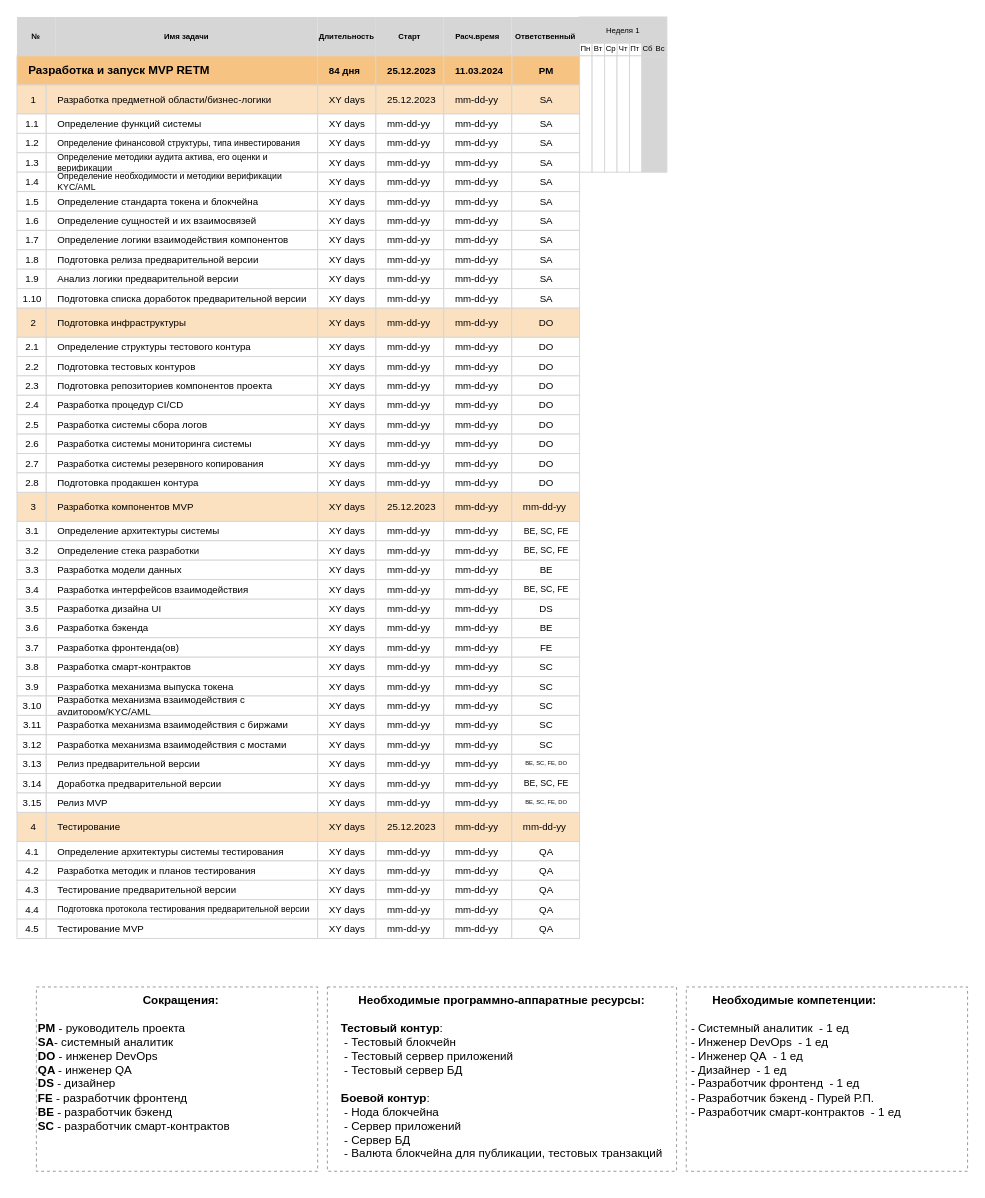
Before: RETM_Gantt.drawio in rpurei/RETM-Schemes, a draw.io diagram. Source tidied: cells renumbered, new cells numbered last; positions are measured from the earlier drawing's top-left corner, leaving out a move shared by most shapes. Both pictures are drawn from the tidied source at 97%, with x=0, y=0 at pixel (16, 16).
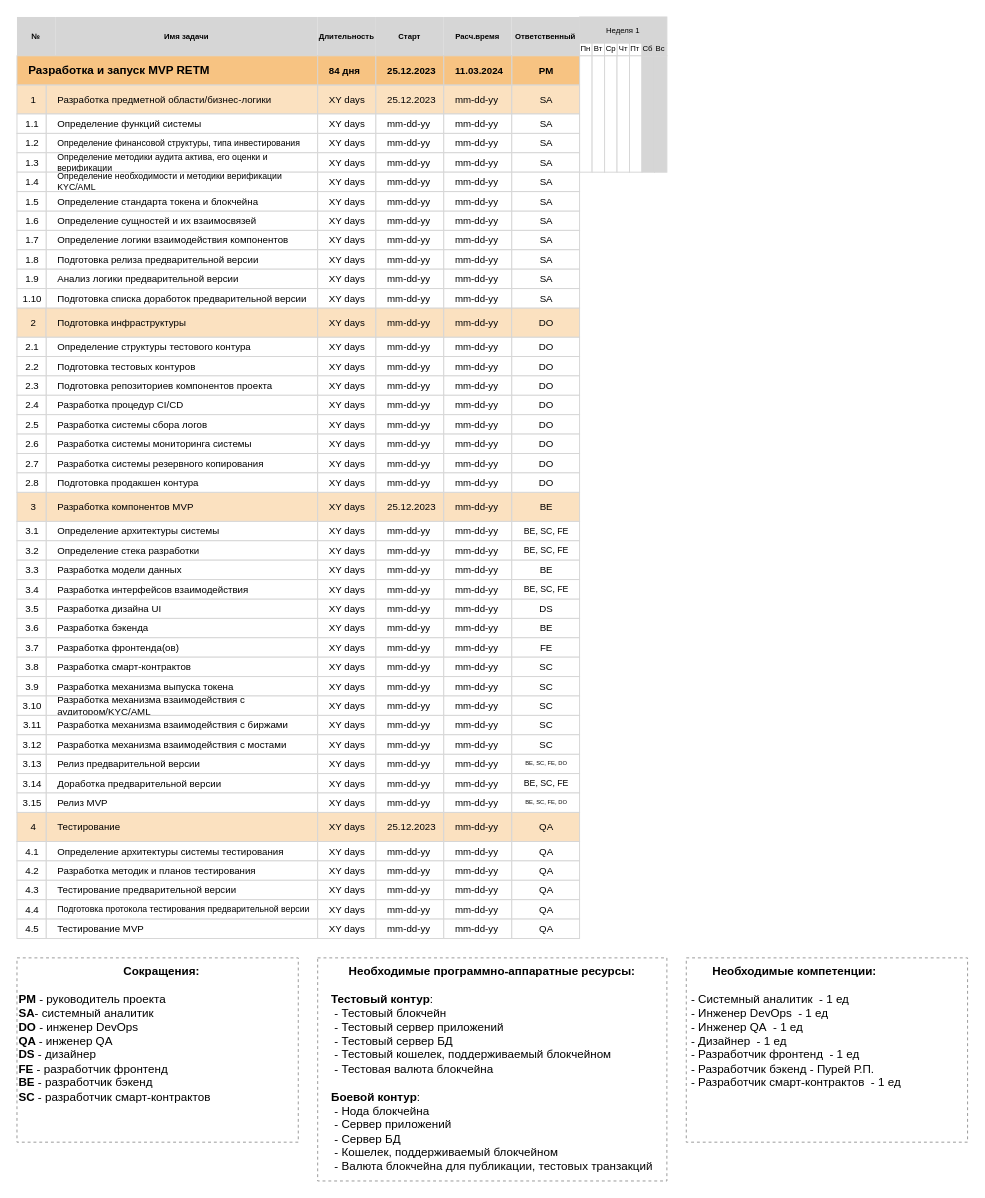
Above is the later version.

Unchanged cells that the change refers to:
```xml
<mxCell id="66" style="group;" parent="1" vertex="1">
  <mxGeometry y="490" width="580" height="30" as="geometry" />
</mxCell>
<mxCell id="104" style="group;" parent="1" vertex="1">
  <mxGeometry y="820" width="580" height="30" as="geometry" />
</mxCell>
```

What changed in the source:
```diff
@@
     <mxCell id="37" value="&lt;div style=&quot;text-align: center;&quot;&gt;&lt;b style=&quot;background-color: initial;&quot;&gt;&amp;nbsp; &amp;nbsp; &amp;nbsp; &amp;nbsp; &amp;nbsp; &amp;nbsp; &amp;nbsp; &amp;nbsp; &amp;nbsp; &amp;nbsp; &amp;nbsp; &amp;nbsp; &amp;nbsp; &amp;nbsp; &amp;nbsp;Сокращения:&lt;/b&gt;&lt;/div&gt;&lt;div style=&quot;text-align: center;&quot;&gt;&lt;br&gt;&lt;/div&gt;&lt;b&gt;PM &lt;/b&gt;- руководитель проекта&lt;br&gt;&lt;b&gt;SA&lt;/b&gt;- системный аналитик&lt;br&gt;&lt;b&gt;DO &lt;/b&gt;- инженер DevOps&lt;br&gt;&lt;b&gt;QA &lt;/b&gt;- инженер QA&lt;br&gt;&lt;b&gt;DS &lt;/b&gt;- дизайнер&lt;br&gt;&lt;b&gt;FE &lt;/b&gt;- разработчик фронтенд&lt;br&gt;&lt;b&gt;BE &lt;/b&gt;- разработчик бэкенд&lt;br&gt;&lt;b&gt;SC &lt;/b&gt;- разработчик смарт-контрактов" style="rounded=0;whiteSpace=wrap;html=1;dashed=1;strokeColor=#999999;align=left;verticalAlign=top;" parent="1" vertex="1">
-      <mxGeometry x="20" y="1000" width="290" height="190" as="geometry" />
+      <mxGeometry y="970" width="290" height="190" as="geometry" />
     </mxCell>
@@
-    <mxCell id="67" value="mm-dd-yy" style="rounded=0;whiteSpace=wrap;html=1;strokeColor=#D6D6D6;fillColor=#FBE1C0;align=left;spacingLeft=10;spacingRight=8;fontSize=10;" parent="66" vertex="1">
+    <mxCell id="67" value="BE" style="rounded=0;whiteSpace=wrap;html=1;strokeColor=#D6D6D6;fillColor=#FBE1C0;align=center;spacingLeft=10;spacingRight=8;fontSize=10;" parent="66" vertex="1">
       <mxGeometry x="510" width="70" height="30" as="geometry" />
     </mxCell>
@@
-    <mxCell id="105" value="mm-dd-yy" style="rounded=0;whiteSpace=wrap;html=1;strokeColor=#D6D6D6;fillColor=#FBE1C0;align=left;spacingLeft=10;spacingRight=8;fontSize=10;" parent="104" vertex="1">
+    <mxCell id="105" value="QA" style="rounded=0;whiteSpace=wrap;html=1;strokeColor=#D6D6D6;fillColor=#FBE1C0;align=center;spacingLeft=10;spacingRight=8;fontSize=10;" parent="104" vertex="1">
       <mxGeometry x="510" width="70" height="30" as="geometry" />
     </mxCell>
@@
-    <mxCell id="125" value="&lt;b&gt;Необходимые программно-аппаратные ресурсы:&lt;br&gt;&lt;/b&gt;&lt;br&gt;&lt;div style=&quot;text-align: left;&quot;&gt;&lt;span style=&quot;background-color: initial;&quot;&gt;&lt;b&gt;Тестовый контур&lt;/b&gt;:&lt;/span&gt;&lt;/div&gt;&lt;div style=&quot;text-align: left;&quot;&gt;&amp;nbsp;- Тестовый блокчейн&lt;/div&gt;&lt;div style=&quot;text-align: left;&quot;&gt;&amp;nbsp;- Тестовый сервер приложений&lt;/div&gt;&lt;div style=&quot;text-align: left;&quot;&gt;&amp;nbsp;- Тестовый сервер БД&lt;/div&gt;&lt;div style=&quot;text-align: left;&quot;&gt;&lt;br&gt;&lt;/div&gt;&lt;div style=&quot;text-align: left;&quot;&gt;&lt;b&gt;Боевой контур&lt;/b&gt;:&lt;/div&gt;&lt;div style=&quot;text-align: left;&quot;&gt;&amp;nbsp;- Нода блокчейна&lt;/div&gt;&lt;div style=&quot;text-align: left;&quot;&gt;&amp;nbsp;- Сервер приложений&lt;/div&gt;&lt;div style=&quot;text-align: left;&quot;&gt;&amp;nbsp;- Сервер БД&lt;/div&gt;&lt;div style=&quot;text-align: left;&quot;&gt;&amp;nbsp;- Валюта блокчейна для публикации, тестовых транзакций&lt;/div&gt;" style="rounded=0;whiteSpace=wrap;html=1;strokeColor=#999999;dashed=1;verticalAlign=top;" parent="1" vertex="1">
-      <mxGeometry x="320" y="1000" width="360" height="190" as="geometry" />
+    <mxCell id="125" value="&lt;b&gt;Необходимые программно-аппаратные ресурсы:&lt;br&gt;&lt;/b&gt;&lt;br&gt;&lt;div style=&quot;text-align: left;&quot;&gt;&lt;span style=&quot;background-color: initial;&quot;&gt;&lt;b&gt;Тестовый контур&lt;/b&gt;:&lt;/span&gt;&lt;/div&gt;&lt;div style=&quot;text-align: left;&quot;&gt;&amp;nbsp;- Тестовый блокчейн&lt;/div&gt;&lt;div style=&quot;text-align: left;&quot;&gt;&amp;nbsp;- Тестовый сервер приложений&lt;/div&gt;&lt;div style=&quot;text-align: left;&quot;&gt;&amp;nbsp;- Тестовый сервер БД&lt;/div&gt;&lt;div style=&quot;text-align: left;&quot;&gt;&amp;nbsp;- Тестовый кошелек, поддерживаемый блокчейном&lt;/div&gt;&lt;div style=&quot;text-align: left;&quot;&gt;&amp;nbsp;- Тестовая валюта блокчейна&lt;/div&gt;&lt;div style=&quot;text-align: left;&quot;&gt;&lt;br&gt;&lt;/div&gt;&lt;div style=&quot;text-align: left;&quot;&gt;&lt;b&gt;Боевой контур&lt;/b&gt;:&lt;/div&gt;&lt;div style=&quot;text-align: left;&quot;&gt;&amp;nbsp;- Нода блокчейна&lt;/div&gt;&lt;div style=&quot;text-align: left;&quot;&gt;&amp;nbsp;- Сервер приложений&lt;/div&gt;&lt;div style=&quot;text-align: left;&quot;&gt;&amp;nbsp;- Сервер БД&lt;/div&gt;&lt;div style=&quot;text-align: left;&quot;&gt;&amp;nbsp;- Кошелек, поддерживаемый блокчейном&lt;/div&gt;&lt;div style=&quot;text-align: left;&quot;&gt;&amp;nbsp;- Валюта блокчейна для публикации, тестовых транзакций&lt;/div&gt;" style="rounded=0;whiteSpace=wrap;html=1;strokeColor=#999999;dashed=1;verticalAlign=top;" parent="1" vertex="1">
+      <mxGeometry x="310" y="970" width="360" height="230" as="geometry" />
     </mxCell>
@@
     <mxCell id="245" value="&lt;div style=&quot;text-align: center;&quot;&gt;&lt;b style=&quot;background-color: initial;&quot;&gt;Необходимые компетенции:&lt;/b&gt;&lt;/div&gt;&lt;div style=&quot;text-align: center;&quot;&gt;&lt;br&gt;&lt;/div&gt;&amp;nbsp;- Системный аналитик&amp;nbsp; - 1 ед&lt;br&gt;&lt;b&gt;&amp;nbsp;&lt;/b&gt;- Инженер DevOps&amp;nbsp; - 1 ед&lt;br&gt;&lt;b&gt;&amp;nbsp;&lt;/b&gt;- Инженер QA&amp;nbsp; - 1 ед&lt;br&gt;&lt;b&gt;&amp;nbsp;&lt;/b&gt;- Дизайнер&amp;nbsp; - 1 ед&lt;br&gt;&amp;nbsp;- Разработчик фронтенд&amp;nbsp; - 1 ед&lt;br&gt;&amp;nbsp;- Разработчик бэкенд - Пурей Р.П.&lt;br&gt;&amp;nbsp;- Разработчик смарт-контрактов&amp;nbsp; - 1 ед" style="rounded=0;whiteSpace=wrap;html=1;dashed=1;strokeColor=#999999;align=left;verticalAlign=top;" parent="1" vertex="1">
-      <mxGeometry x="690" y="1000" width="290" height="190" as="geometry" />
+      <mxGeometry x="690" y="970" width="290" height="190" as="geometry" />
     </mxCell>
```
